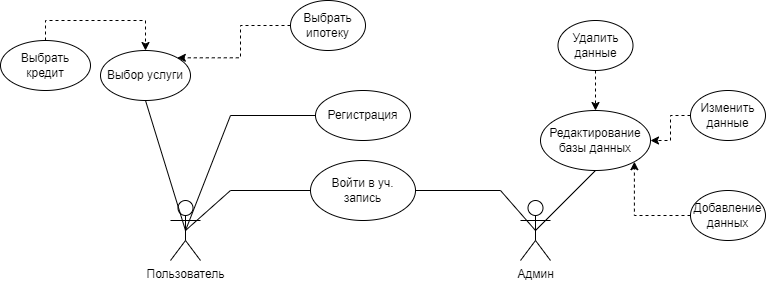
Before: Bank.drawio.png, a diagram exported from draw.io (Involuntar/Test). Source tidied: cells renumbered, new cells last; positions are measured from the earlier drawing's top-left corner, leaving out a move shared by most shapes. Source of this version:
```xml
<mxGraphModel>
  <root>
    <mxCell id="0" />
    <mxCell id="1" parent="0" />
    <mxCell id="2" value="Пользователь" style="shape=umlActor;verticalLabelPosition=bottom;verticalAlign=top;html=1;outlineConnect=0;" parent="1" vertex="1">
      <mxGeometry x="170" y="200" width="30" height="60" as="geometry" />
    </mxCell>
    <mxCell id="3" value="Админ" style="shape=umlActor;verticalLabelPosition=bottom;verticalAlign=top;html=1;outlineConnect=0;" parent="1" vertex="1">
      <mxGeometry x="520" y="200" width="30" height="60" as="geometry" />
    </mxCell>
    <mxCell id="4" value="Войти в уч. запись" style="ellipse;whiteSpace=wrap;html=1;" parent="1" vertex="1">
      <mxGeometry x="310" y="160" width="105" height="60" as="geometry" />
    </mxCell>
    <mxCell id="5" style="endArrow=none;html=1;rounded=0;exitX=0.5;exitY=0.5;exitDx=0;exitDy=0;exitPerimeter=0;entryX=0;entryY=0.5;entryDx=0;entryDy=0;" parent="1" edge="1" source="2" target="4">
      <mxGeometry relative="1" as="geometry">
        <Array as="points">
          <mxPoint x="230" y="190" />
        </Array>
      </mxGeometry>
    </mxCell>
    <mxCell id="6" style="endArrow=none;html=1;rounded=0;entryX=1;entryY=0.5;entryDx=0;entryDy=0;exitX=0.5;exitY=0.5;exitDx=0;exitDy=0;exitPerimeter=0;" parent="1" edge="1" source="3" target="4">
      <mxGeometry relative="1" as="geometry">
        <Array as="points">
          <mxPoint x="500" y="190" />
        </Array>
      </mxGeometry>
    </mxCell>
    <mxCell id="7" value="Регистрация" style="ellipse;whiteSpace=wrap;html=1;" parent="1" vertex="1">
      <mxGeometry x="315" y="90" width="95" height="50" as="geometry" />
    </mxCell>
    <mxCell id="8" style="endArrow=none;html=1;rounded=0;entryX=0;entryY=0.5;entryDx=0;entryDy=0;exitX=0.5;exitY=0.5;exitDx=0;exitDy=0;exitPerimeter=0;" parent="1" edge="1" source="2" target="7">
      <mxGeometry relative="1" as="geometry">
        <Array as="points">
          <mxPoint x="230" y="115" />
        </Array>
      </mxGeometry>
    </mxCell>
    <mxCell id="9" value="Выбор услуги" style="ellipse;whiteSpace=wrap;html=1;" parent="1" vertex="1">
      <mxGeometry x="100" y="50" width="90" height="50" as="geometry" />
    </mxCell>
    <mxCell id="10" value="Выбрать кредит" style="ellipse;whiteSpace=wrap;html=1;" parent="1" vertex="1">
      <mxGeometry y="40" width="90" height="50" as="geometry" />
    </mxCell>
    <mxCell id="11" style="edgeStyle=orthogonalEdgeStyle;rounded=0;jettySize=auto;html=1;entryX=1;entryY=0;entryDx=0;entryDy=0;strokeColor=default;dashed=1;" parent="1" edge="1" source="12" target="9">
      <mxGeometry relative="1" as="geometry" />
    </mxCell>
    <mxCell id="12" value="Выбрать ипотеку" style="ellipse;whiteSpace=wrap;html=1;" parent="1" vertex="1">
      <mxGeometry x="290" width="75" height="50" as="geometry" />
    </mxCell>
    <mxCell id="13" style="edgeStyle=orthogonalEdgeStyle;rounded=0;jettySize=auto;html=1;strokeColor=default;dashed=1;exitX=0.5;exitY=0;exitDx=0;exitDy=0;" parent="1" edge="1" source="10">
      <mxGeometry relative="1" as="geometry">
        <mxPoint x="145" y="50" as="targetPoint" />
        <Array as="points">
          <mxPoint x="45" y="20" />
          <mxPoint x="145" y="20" />
        </Array>
      </mxGeometry>
    </mxCell>
    <mxCell id="14" style="endArrow=none;html=1;rounded=0;entryX=0.5;entryY=1;entryDx=0;entryDy=0;exitX=0.5;exitY=0.5;exitDx=0;exitDy=0;exitPerimeter=0;" parent="1" edge="1" source="2" target="9">
      <mxGeometry relative="1" as="geometry" />
    </mxCell>
    <mxCell id="15" value="Редактирование базы данных" style="ellipse;whiteSpace=wrap;html=1;" parent="1" vertex="1">
      <mxGeometry x="540" y="110" width="110" height="60" as="geometry" />
    </mxCell>
    <mxCell id="16" style="endArrow=none;html=1;rounded=0;entryX=0.5;entryY=1;entryDx=0;entryDy=0;exitX=0.5;exitY=0.5;exitDx=0;exitDy=0;exitPerimeter=0;" parent="1" edge="1" source="3" target="15">
      <mxGeometry relative="1" as="geometry" />
    </mxCell>
    <mxCell id="17" style="edgeStyle=orthogonalEdgeStyle;rounded=0;jettySize=auto;html=1;entryX=1;entryY=0.5;entryDx=0;entryDy=0;dashed=1;" parent="1" edge="1" source="18" target="15">
      <mxGeometry relative="1" as="geometry" />
    </mxCell>
    <mxCell id="18" value="Изменить данные" style="ellipse;whiteSpace=wrap;html=1;" parent="1" vertex="1">
      <mxGeometry x="690" y="90" width="75" height="50" as="geometry" />
    </mxCell>
    <mxCell id="19" style="edgeStyle=orthogonalEdgeStyle;rounded=0;jettySize=auto;html=1;entryX=0.5;entryY=0;entryDx=0;entryDy=0;dashed=1;" parent="1" edge="1" source="20" target="15">
      <mxGeometry relative="1" as="geometry" />
    </mxCell>
    <mxCell id="20" value="Удалить данные" style="ellipse;whiteSpace=wrap;html=1;" parent="1" vertex="1">
      <mxGeometry x="557.5" y="20" width="75" height="50" as="geometry" />
    </mxCell>
    <mxCell id="21" style="edgeStyle=orthogonalEdgeStyle;rounded=0;jettySize=auto;html=1;entryX=1;entryY=1;entryDx=0;entryDy=0;dashed=1;" parent="1" edge="1" source="22" target="15">
      <mxGeometry relative="1" as="geometry" />
    </mxCell>
    <mxCell id="22" value="Добавление данных" style="ellipse;whiteSpace=wrap;html=1;" parent="1" vertex="1">
      <mxGeometry x="690" y="190" width="75" height="50" as="geometry" />
    </mxCell>
  </root>
</mxGraphModel>
```
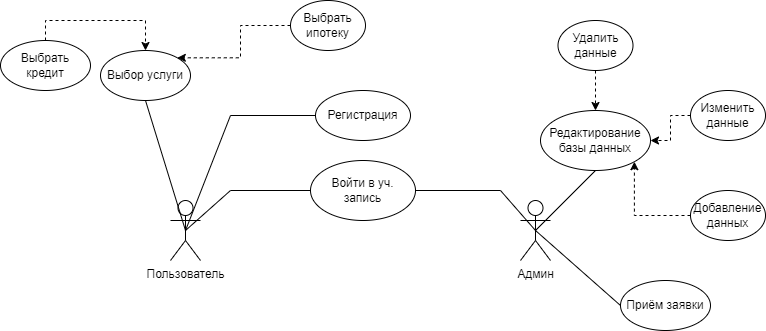
The same file after the commit.

Change to the diagram source:
```diff
@@ -83,5 +83,11 @@
     <mxCell id="22" value="Добавление данных" style="ellipse;whiteSpace=wrap;html=1;" parent="1" vertex="1">
       <mxGeometry x="690" y="190" width="75" height="50" as="geometry" />
     </mxCell>
+    <mxCell id="23" value="Приём заявки" style="ellipse;whiteSpace=wrap;html=1;" parent="1" vertex="1">
+      <mxGeometry x="620" y="280" width="90" height="50" as="geometry" />
+    </mxCell>
+    <mxCell id="24" style="endArrow=none;html=1;rounded=0;entryX=0.5;entryY=0.5;entryDx=0;entryDy=0;entryPerimeter=0;exitX=0;exitY=0.5;exitDx=0;exitDy=0;" parent="1" edge="1" source="23" target="3">
+      <mxGeometry relative="1" as="geometry" />
+    </mxCell>
   </root>
 </mxGraphModel>
```
